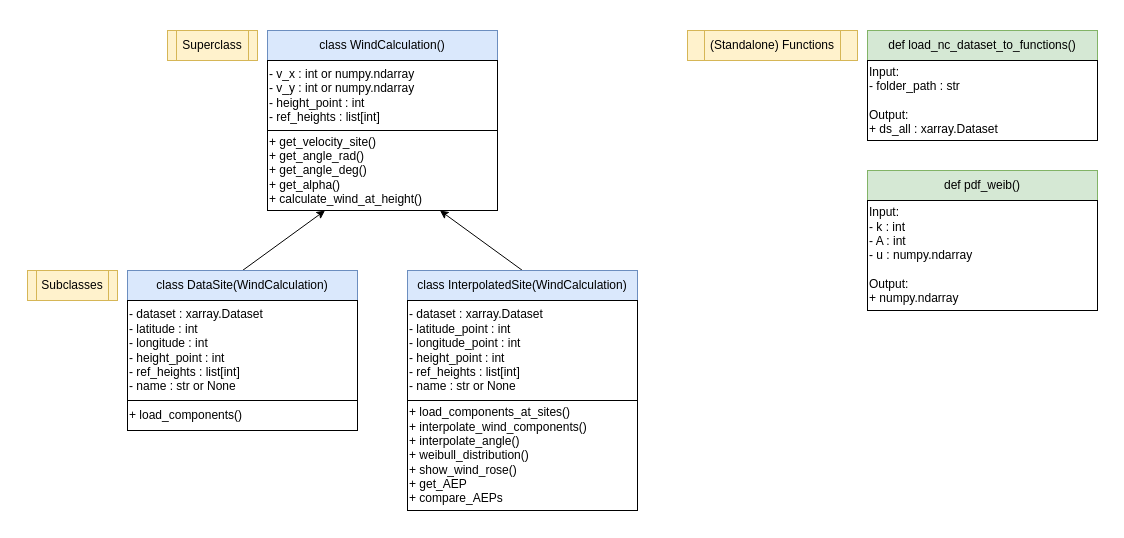
Earlier version of the draw.io diagram page "Overview" (1 of 3) of FunctionDiagram.drawio (DTUWindEducation/final-project-grustlers). Source tidied: cells renumbered, new cells numbered last; positions are measured from the earlier drawing's top-left corner, leaving out a move shared by most shapes. Both pictures are drawn from the tidied source at 100%, with x=0, y=0 at pixel (17, 16).
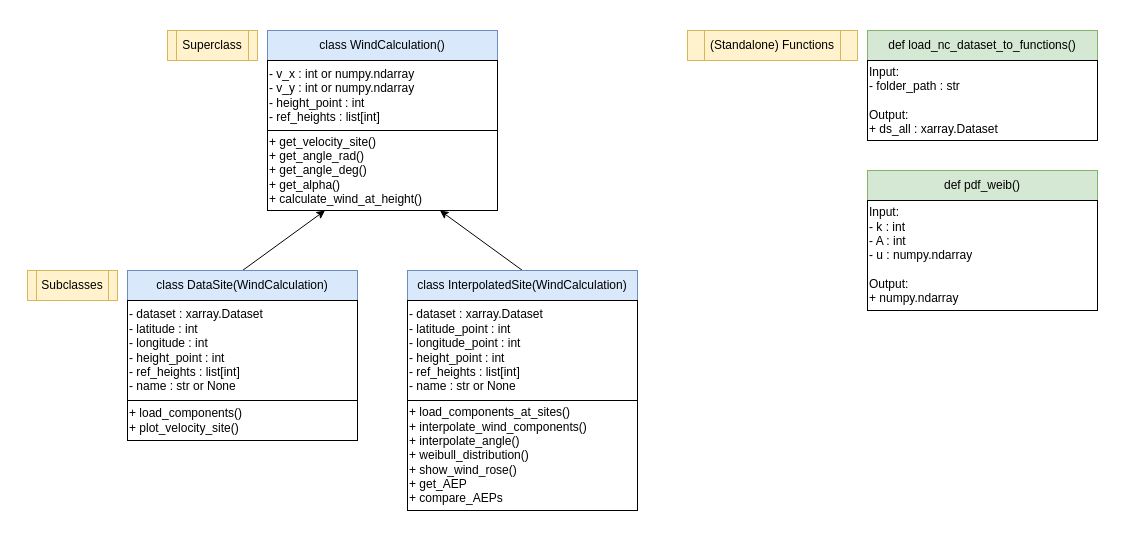
Above is the later version.

The edit, as a diff of the source:
```diff
@@
-    <mxCell id="11" value="+ load_components()" style="rounded=0;whiteSpace=wrap;html=1;align=left;" parent="1" vertex="1">
-      <mxGeometry x="110" y="384" width="230" height="30" as="geometry" />
+    <mxCell id="11" value="+ load_components()&lt;div&gt;+ plot_velocity_site()&lt;/div&gt;" style="rounded=0;whiteSpace=wrap;html=1;align=left;" parent="1" vertex="1">
+      <mxGeometry x="110" y="384" width="230" height="40" as="geometry" />
     </mxCell>
```
